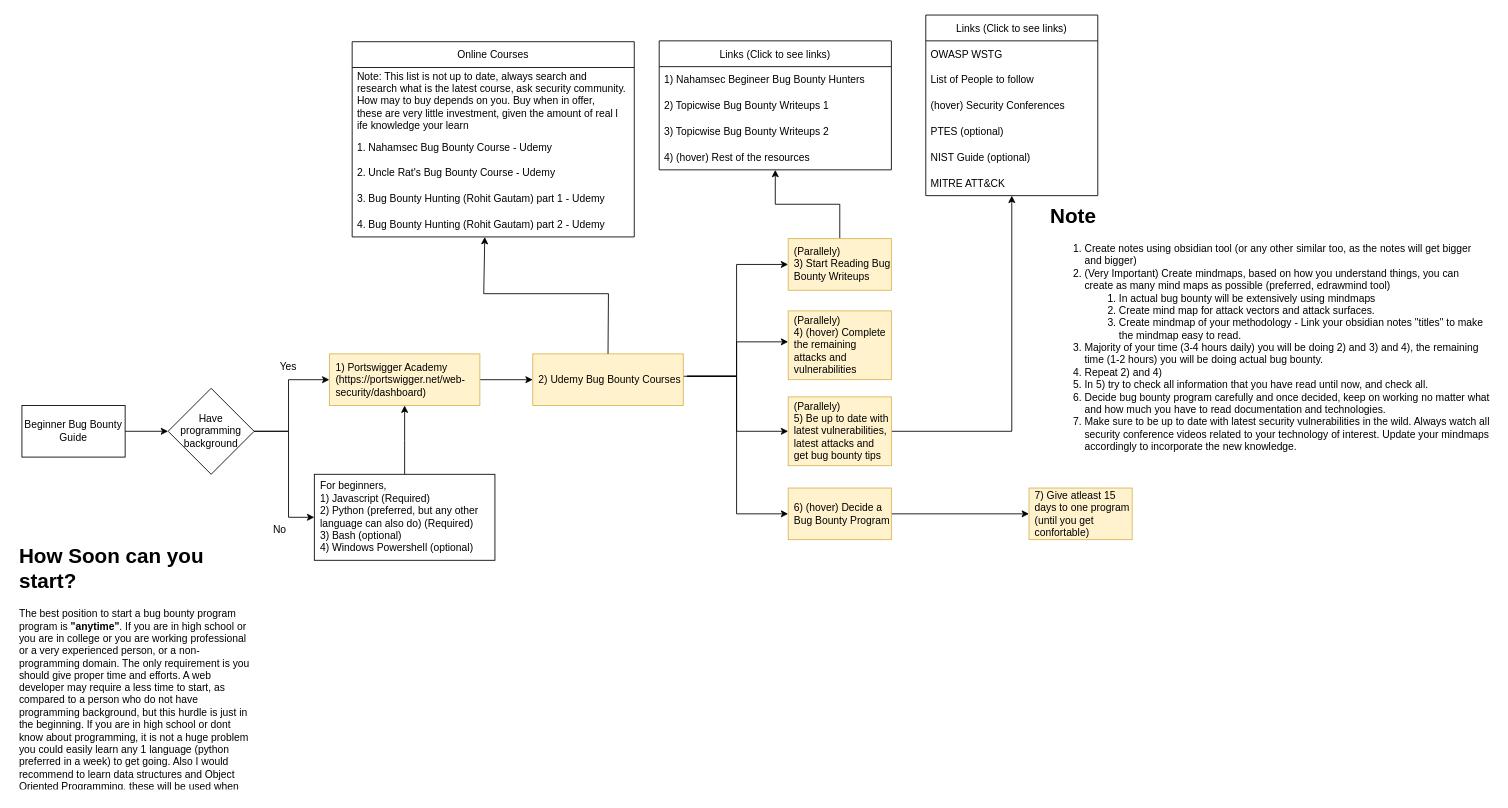
The draw.io diagram page "Beginner Bug Bounty Guide" (1 of 2) of how-to-start-bug-bounty.drawio in Le4kno3/Beginner-Bug-Bounty-Guide, before the edit. Source tidied: cells renumbered, new cells numbered last; positions are measured from the earlier drawing's top-left corner, leaving out a move shared by most shapes. Both pictures are drawn from the tidied source at 86%, with x=0, y=0 at pixel (15, 15).
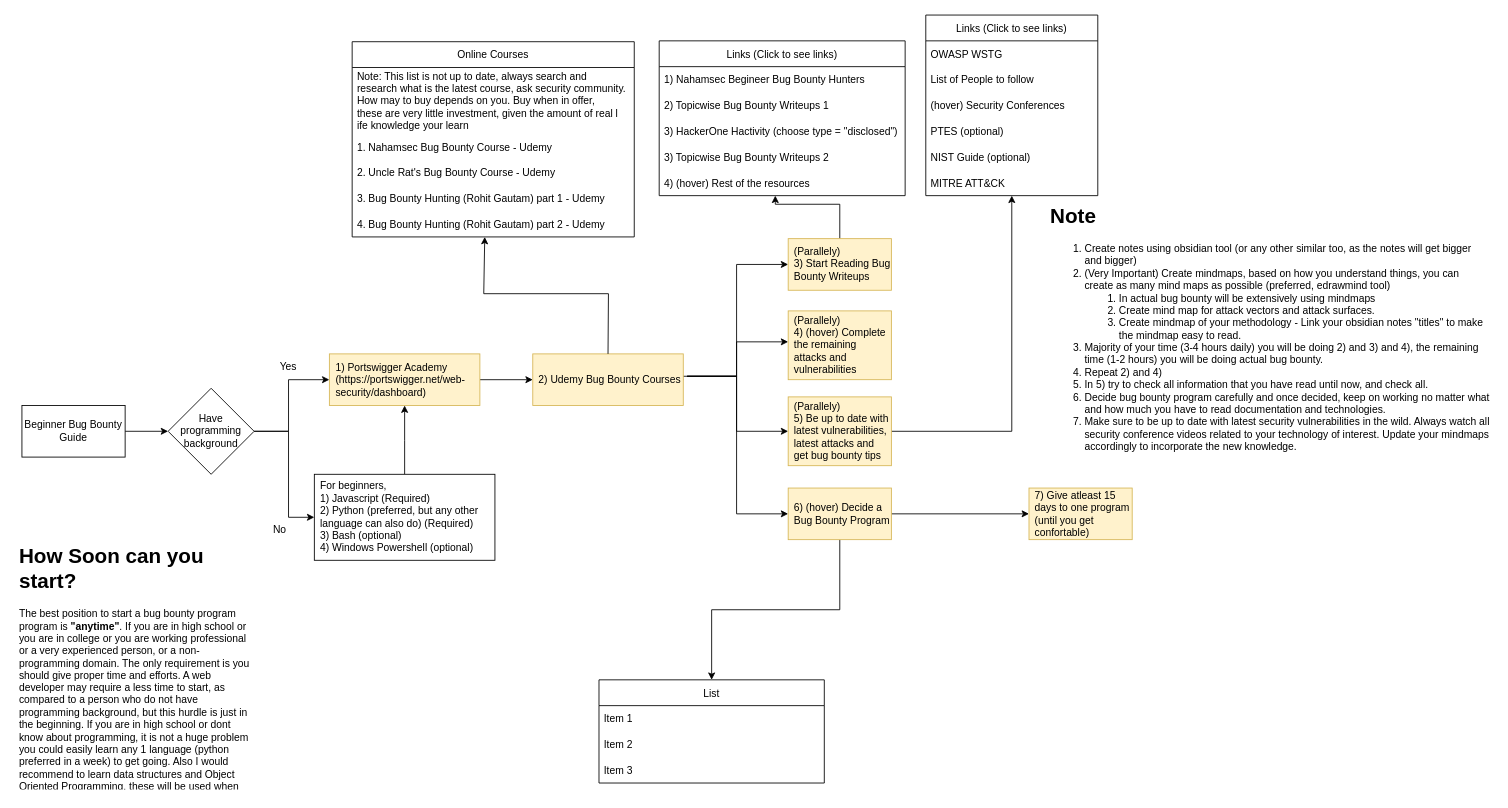
The same diagram, later.

The change refers to these unchanged cells:
```xml
<mxCell id="32" value="6) (hover) Decide a Bug Bounty Program" style="whiteSpace=wrap;html=1;align=left;fillColor=#fff2cc;strokeColor=#d6b656;rounded=0;spacingLeft=5;" parent="1" vertex="1">
  <mxGeometry x="899" y="550" width="120" height="60" as="geometry" />
</mxCell>
```

What changed in the source:
```diff
@@
     <mxCell id="17" value="Links (Click to see links)" style="swimlane;fontStyle=0;horizontal=1;startSize=30;" parent="1" vertex="1">
-      <mxGeometry x="749" y="30" width="270" height="150" as="geometry" />
+      <mxGeometry x="749" y="30" width="286" height="180" as="geometry" />
     </mxCell>
     <mxCell id="18" value="1) Nahamsec Begineer Bug Bounty Hunters  " style="text;strokeColor=none;fillColor=none;align=left;verticalAlign=middle;spacingLeft=4;spacingRight=4;overflow=hidden;" parent="17" vertex="1">
-      <mxGeometry y="30" width="270" height="30" as="geometry" />
+      <mxGeometry y="30" width="286" height="30" as="geometry" />
     </mxCell>
     <mxCell id="19" value="2) Topicwise Bug Bounty Writeups 1" style="text;strokeColor=none;fillColor=none;align=left;verticalAlign=middle;spacingLeft=4;spacingRight=4;overflow=hidden;" parent="17" vertex="1">
-      <mxGeometry y="60" width="270" height="30" as="geometry" />
+      <mxGeometry y="60" width="286" height="30" as="geometry" />
     </mxCell>
+    <mxCell id="47" value="3) HackerOne Hactivity (choose type = &quot;disclosed&quot;)" style="text;strokeColor=none;fillColor=none;align=left;verticalAlign=middle;spacingLeft=4;spacingRight=4;overflow=hidden;" parent="17" vertex="1">
+      <mxGeometry y="90" width="286" height="30" as="geometry" />
+    </mxCell>
     <mxCell id="20" value="3) Topicwise Bug Bounty Writeups 2" style="text;strokeColor=none;fillColor=none;align=left;verticalAlign=middle;spacingLeft=4;spacingRight=4;overflow=hidden;" parent="17" vertex="1">
-      <mxGeometry y="90" width="270" height="30" as="geometry" />
+      <mxGeometry y="120" width="286" height="30" as="geometry" />
     </mxCell>
     <mxCell id="21" value="4) (hover) Rest of the resources" style="text;strokeColor=none;fillColor=none;align=left;verticalAlign=middle;spacingLeft=4;spacingRight=4;overflow=hidden;" parent="17" vertex="1">
-      <mxGeometry y="120" width="270" height="30" as="geometry" />
+      <mxGeometry y="150" width="286" height="30" as="geometry" />
     </mxCell>
@@
+    <mxCell id="48" style="edgeStyle=orthogonalEdgeStyle;rounded=0;jettySize=auto;html=1;" parent="1" edge="1" source="32" target="49">
+      <mxGeometry relative="1" as="geometry" />
+    </mxCell>
@@
+    <mxCell id="49" value="List" style="swimlane;fontStyle=0;horizontal=1;startSize=30;" parent="1" vertex="1">
+      <mxGeometry x="679" y="773" width="262" height="120" as="geometry" />
+    </mxCell>
+    <mxCell id="50" value="Item 1" style="text;strokeColor=none;fillColor=none;align=left;verticalAlign=middle;spacingLeft=4;spacingRight=4;overflow=hidden;" parent="49" vertex="1">
+      <mxGeometry y="30" width="262" height="30" as="geometry" />
+    </mxCell>
+    <mxCell id="51" value="Item 2" style="text;strokeColor=none;fillColor=none;align=left;verticalAlign=middle;spacingLeft=4;spacingRight=4;overflow=hidden;" parent="49" vertex="1">
+      <mxGeometry y="60" width="262" height="30" as="geometry" />
+    </mxCell>
+    <mxCell id="52" value="Item 3" style="text;strokeColor=none;fillColor=none;align=left;verticalAlign=middle;spacingLeft=4;spacingRight=4;overflow=hidden;" parent="49" vertex="1">
+      <mxGeometry y="90" width="262" height="30" as="geometry" />
+    </mxCell>
```
